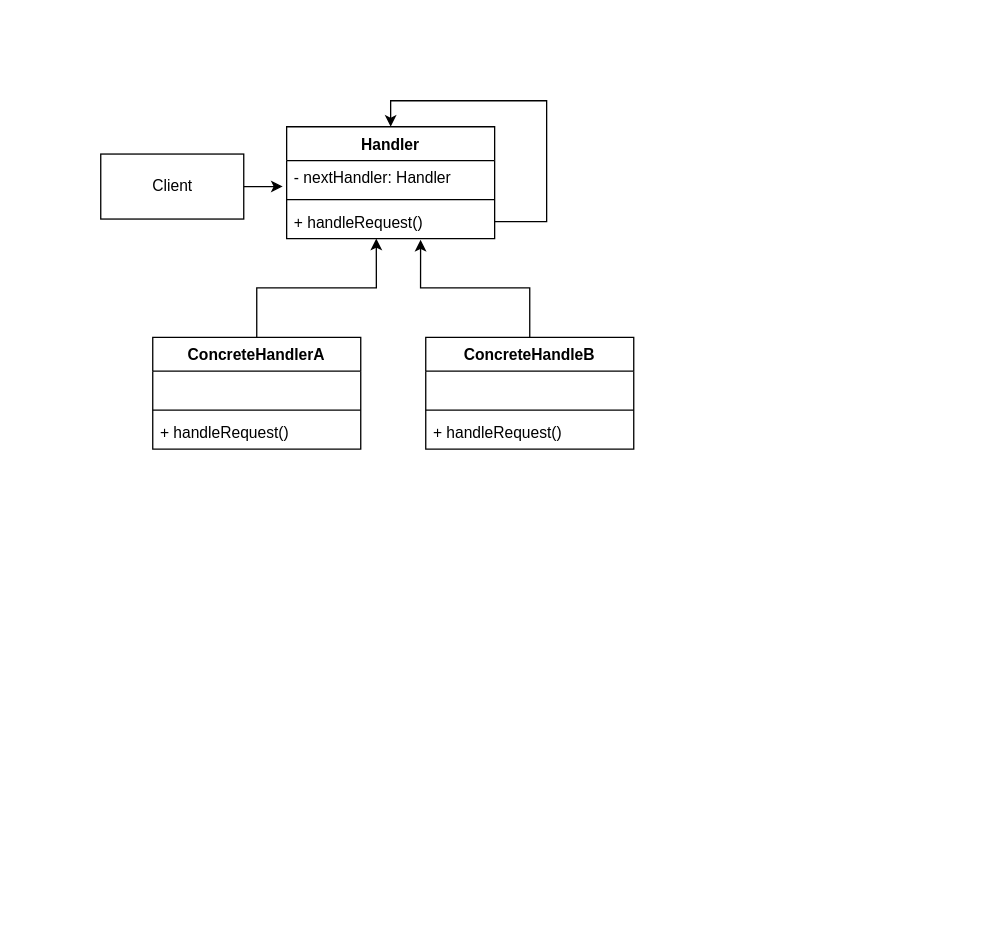
brokge/drawio keeps this draw.io diagram as 责任链模式.drawio. Above is the earlier version. Source tidied: cells renumbered, new cells numbered last; positions are measured from the earlier drawing's top-left corner, leaving out a move shared by most shapes. Both pictures are drawn from the tidied source at 130%, with x=0, y=0 at pixel (100, 100).
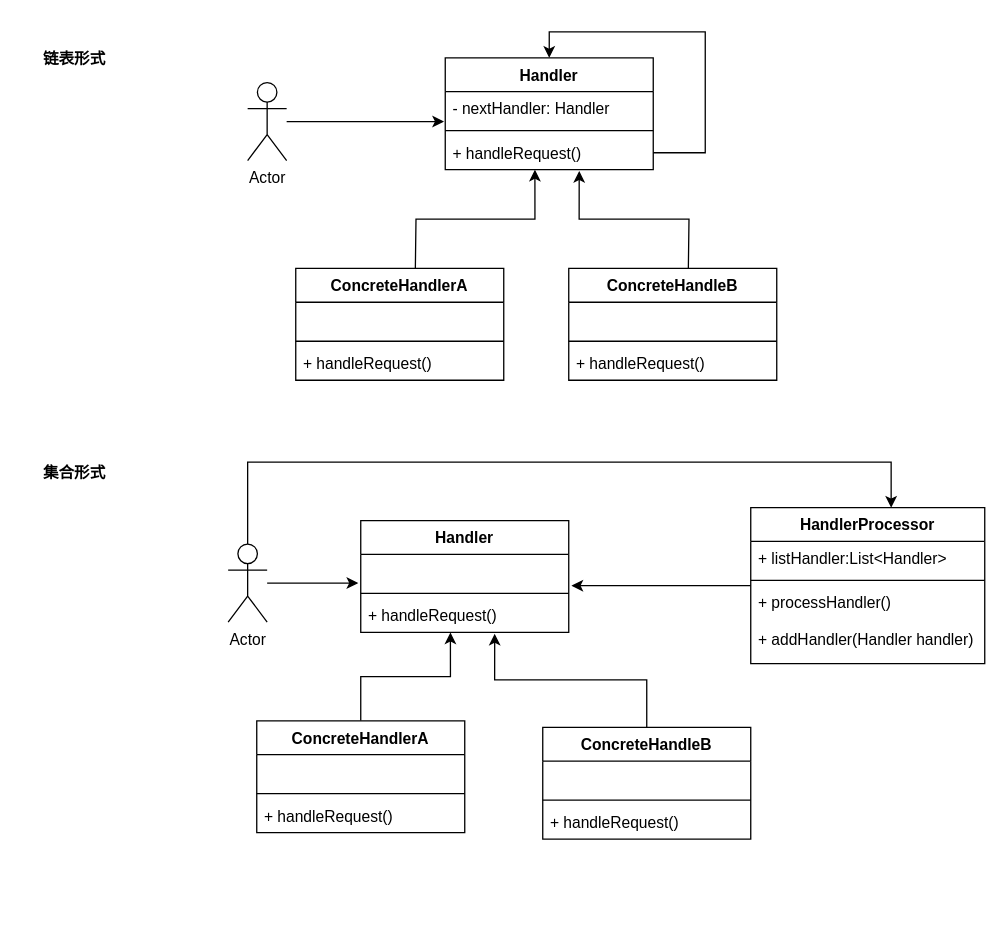
The same page after the edit.

Commit message:
更新责任链模式.drawio

Unchanged cells that the change refers to:
```xml
<mxCell id="5" value="- nextHandler: Handler" style="text;strokeColor=none;fillColor=none;align=left;verticalAlign=top;spacingLeft=4;spacingRight=4;overflow=hidden;points=[[0,0.5],[1,0.5]];portConstraint=eastwest;" parent="4" vertex="1">
  <mxGeometry y="26" width="160" height="26" as="geometry" />
</mxCell>
<mxCell id="8" value="+ handleRequest()" style="text;strokeColor=none;fillColor=none;align=left;verticalAlign=top;spacingLeft=4;spacingRight=4;overflow=hidden;points=[[0,0.5],[1,0.5]];portConstraint=eastwest;" parent="4" vertex="1">
  <mxGeometry y="60" width="160" height="26" as="geometry" />
</mxCell>
```

Change to the diagram source:
```diff
@@
-    <mxCell id="2" style="edgeStyle=orthogonalEdgeStyle;rounded=0;jettySize=auto;html=1;entryX=-0.019;entryY=0.769;entryDx=0;entryDy=0;entryPerimeter=0;" parent="1" edge="1" source="3" target="5">
-      <mxGeometry relative="1" as="geometry" />
-    </mxCell>
-    <mxCell id="3" value="Client" style="html=1;" parent="1" vertex="1">
-      <mxGeometry y="41" width="110" height="50" as="geometry" />
-    </mxCell>
     <mxCell id="4" value="Handler" style="swimlane;fontStyle=1;align=center;verticalAlign=top;horizontal=1;startSize=26;" parent="1" vertex="1">
-      <mxGeometry x="143" y="20" width="160" height="86" as="geometry" />
+      <mxGeometry x="265" y="-33" width="160" height="86" as="geometry" />
     </mxCell>
@@
-    <mxCell id="9" style="edgeStyle=orthogonalEdgeStyle;rounded=0;jettySize=auto;html=1;entryX=0.431;entryY=1;entryDx=0;entryDy=0;entryPerimeter=0;" parent="1" edge="1" source="10" target="8">
-      <mxGeometry relative="1" as="geometry" />
+    <mxCell id="9" style="edgeStyle=orthogonalEdgeStyle;rounded=0;jettySize=auto;html=1;entryX=0.431;entryY=1;entryDx=0;entryDy=0;entryPerimeter=0;" parent="1" edge="1" target="8">
+      <mxGeometry relative="1" as="geometry">
+        <mxPoint x="242" y="129" as="sourcePoint" />
+      </mxGeometry>
     </mxCell>
     <mxCell id="10" value="ConcreteHandlerA" style="swimlane;fontStyle=1;align=center;verticalAlign=top;horizontal=1;startSize=26;" parent="1" vertex="1">
-      <mxGeometry x="40" y="182" width="160" height="86" as="geometry" />
+      <mxGeometry x="150" y="129" width="160" height="86" as="geometry" />
     </mxCell>
@@
-    <mxCell id="14" style="edgeStyle=orthogonalEdgeStyle;rounded=0;jettySize=auto;html=1;entryX=0.644;entryY=1.038;entryDx=0;entryDy=0;entryPerimeter=0;exitX=0.5;exitY=0;exitDx=0;exitDy=0;" parent="1" edge="1" source="16" target="8">
-      <mxGeometry relative="1" as="geometry" />
+    <mxCell id="14" style="edgeStyle=orthogonalEdgeStyle;rounded=0;jettySize=auto;html=1;entryX=0.644;entryY=1.038;entryDx=0;entryDy=0;entryPerimeter=0;exitX=0.5;exitY=0;exitDx=0;exitDy=0;" parent="1" edge="1" target="8">
+      <mxGeometry relative="1" as="geometry">
+        <mxPoint x="452" y="129" as="sourcePoint" />
+      </mxGeometry>
     </mxCell>
@@
     <mxCell id="16" value="ConcreteHandleB" style="swimlane;fontStyle=1;align=center;verticalAlign=top;horizontal=1;startSize=26;" parent="1" vertex="1">
-      <mxGeometry x="250" y="182" width="160" height="86" as="geometry" />
+      <mxGeometry x="360" y="129" width="160" height="86" as="geometry" />
     </mxCell>
@@
+    <mxCell id="20" value="Handler" style="swimlane;fontStyle=1;align=center;verticalAlign=top;horizontal=1;startSize=26;" parent="1" vertex="1">
+      <mxGeometry x="200" y="323" width="160" height="86" as="geometry" />
+    </mxCell>
+    <mxCell id="21" value="&#10;&#10;" style="text;strokeColor=none;fillColor=none;align=left;verticalAlign=top;spacingLeft=4;spacingRight=4;overflow=hidden;points=[[0,0.5],[1,0.5]];portConstraint=eastwest;" parent="20" vertex="1">
+      <mxGeometry y="26" width="160" height="26" as="geometry" />
+    </mxCell>
+    <mxCell id="22" style="line;strokeWidth=1;fillColor=none;align=left;verticalAlign=middle;spacingTop=-1;spacingLeft=3;spacingRight=3;labelPosition=right;" parent="20" vertex="1">
+      <mxGeometry y="52" width="160" height="8" as="geometry" />
+    </mxCell>
+    <mxCell id="23" value="+ handleRequest()" style="text;strokeColor=none;fillColor=none;align=left;verticalAlign=top;spacingLeft=4;spacingRight=4;overflow=hidden;points=[[0,0.5],[1,0.5]];portConstraint=eastwest;" parent="20" vertex="1">
+      <mxGeometry y="60" width="160" height="26" as="geometry" />
+    </mxCell>
+    <mxCell id="24" style="edgeStyle=orthogonalEdgeStyle;rounded=0;jettySize=auto;html=1;entryX=0.431;entryY=1;entryDx=0;entryDy=0;entryPerimeter=0;" parent="1" edge="1" source="25" target="23">
+      <mxGeometry relative="1" as="geometry" />
+    </mxCell>
+    <mxCell id="25" value="ConcreteHandlerA" style="swimlane;fontStyle=1;align=center;verticalAlign=top;horizontal=1;startSize=26;" parent="1" vertex="1">
+      <mxGeometry x="120" y="477" width="160" height="86" as="geometry" />
+    </mxCell>
+    <mxCell id="26" value="&#10;&#10;" style="text;strokeColor=none;fillColor=none;align=left;verticalAlign=top;spacingLeft=4;spacingRight=4;overflow=hidden;" parent="25" vertex="1">
+      <mxGeometry y="26" width="160" height="26" as="geometry" />
+    </mxCell>
+    <mxCell id="27" style="line;strokeWidth=1;fillColor=none;align=left;verticalAlign=middle;spacingTop=-1;spacingLeft=3;spacingRight=3;labelPosition=right;" parent="25" vertex="1">
+      <mxGeometry y="52" width="160" height="8" as="geometry" />
+    </mxCell>
+    <mxCell id="28" value="+ handleRequest()" style="text;strokeColor=none;fillColor=none;align=left;verticalAlign=top;spacingLeft=4;spacingRight=4;overflow=hidden;" parent="25" vertex="1">
+      <mxGeometry y="60" width="160" height="26" as="geometry" />
+    </mxCell>
+    <mxCell id="29" style="edgeStyle=orthogonalEdgeStyle;rounded=0;jettySize=auto;html=1;entryX=0.644;entryY=1.038;entryDx=0;entryDy=0;entryPerimeter=0;exitX=0.5;exitY=0;exitDx=0;exitDy=0;" parent="1" edge="1" source="31" target="23">
+      <mxGeometry relative="1" as="geometry" />
+    </mxCell>
+    <mxCell id="30" value="&lt;br&gt;&lt;br&gt;&lt;br&gt;" style="text;html=1;align=left;verticalAlign=top;spacingTop=-4;" parent="1" vertex="1">
+      <mxGeometry x="280" y="572" width="20" height="40" as="geometry" />
+    </mxCell>
+    <mxCell id="31" value="ConcreteHandleB" style="swimlane;fontStyle=1;align=center;verticalAlign=top;horizontal=1;startSize=26;" parent="1" vertex="1">
+      <mxGeometry x="340" y="482" width="160" height="86" as="geometry" />
+    </mxCell>
+    <mxCell id="32" value="&#10;&#10;" style="text;strokeColor=none;fillColor=none;align=left;verticalAlign=top;spacingLeft=4;spacingRight=4;overflow=hidden;" parent="31" vertex="1">
+      <mxGeometry y="26" width="160" height="26" as="geometry" />
+    </mxCell>
+    <mxCell id="33" style="line;strokeWidth=1;fillColor=none;align=left;verticalAlign=middle;spacingTop=-1;spacingLeft=3;spacingRight=3;labelPosition=right;" parent="31" vertex="1">
+      <mxGeometry y="52" width="160" height="8" as="geometry" />
+    </mxCell>
+    <mxCell id="34" value="+ handleRequest()" style="text;strokeColor=none;fillColor=none;align=left;verticalAlign=top;spacingLeft=4;spacingRight=4;overflow=hidden;" parent="31" vertex="1">
+      <mxGeometry y="60" width="160" height="26" as="geometry" />
+    </mxCell>
+    <mxCell id="35" style="edgeStyle=orthogonalEdgeStyle;rounded=0;jettySize=auto;html=1;entryX=1.013;entryY=0.923;entryDx=0;entryDy=0;entryPerimeter=0;" parent="1" edge="1" source="36" target="21">
+      <mxGeometry relative="1" as="geometry" />
+    </mxCell>
+    <mxCell id="36" value="HandlerProcessor" style="swimlane;fontStyle=1;align=center;verticalAlign=top;horizontal=1;startSize=26;" parent="1" vertex="1">
+      <mxGeometry x="500" y="313" width="180" height="120" as="geometry" />
+    </mxCell>
+    <mxCell id="37" value="+ listHandler:List&lt;Handler&gt;" style="text;strokeColor=none;fillColor=none;align=left;verticalAlign=top;spacingLeft=4;spacingRight=4;overflow=hidden;" parent="36" vertex="1">
+      <mxGeometry y="26" width="180" height="26" as="geometry" />
+    </mxCell>
+    <mxCell id="38" style="line;strokeWidth=1;fillColor=none;align=left;verticalAlign=middle;spacingTop=-1;spacingLeft=3;spacingRight=3;labelPosition=right;" parent="36" vertex="1">
+      <mxGeometry y="52" width="180" height="8" as="geometry" />
+    </mxCell>
+    <mxCell id="39" value="+ processHandler()&#10;&#10;+ addHandler(Handler handler)" style="text;strokeColor=none;fillColor=none;align=left;verticalAlign=top;spacingLeft=4;spacingRight=4;overflow=hidden;" parent="36" vertex="1">
+      <mxGeometry y="60" width="180" height="60" as="geometry" />
+    </mxCell>
+    <mxCell id="40" style="edgeStyle=orthogonalEdgeStyle;rounded=0;jettySize=auto;html=1;entryX=-0.012;entryY=0.846;entryDx=0;entryDy=0;entryPerimeter=0;" parent="1" edge="1" source="42" target="21">
+      <mxGeometry relative="1" as="geometry" />
+    </mxCell>
+    <mxCell id="41" style="edgeStyle=orthogonalEdgeStyle;rounded=0;jettySize=auto;html=1;exitX=0.5;exitY=0;exitDx=0;exitDy=0;exitPerimeter=0;entryX=0.6;entryY=0;entryDx=0;entryDy=0;entryPerimeter=0;" parent="1" edge="1" source="42" target="36">
+      <mxGeometry relative="1" as="geometry">
+        <Array as="points">
+          <mxPoint x="113" y="278" />
+          <mxPoint x="608" y="278" />
+        </Array>
+      </mxGeometry>
+    </mxCell>
+    <mxCell id="42" value="Actor" style="shape=umlActor;verticalLabelPosition=bottom;labelBackgroundColor=#ffffff;verticalAlign=top;html=1;" parent="1" vertex="1">
+      <mxGeometry x="98" y="341" width="30" height="60" as="geometry" />
+    </mxCell>
+    <mxCell id="43" style="edgeStyle=orthogonalEdgeStyle;rounded=0;jettySize=auto;html=1;entryX=-0.006;entryY=0.885;entryDx=0;entryDy=0;entryPerimeter=0;" parent="1" edge="1" source="44" target="5">
+      <mxGeometry relative="1" as="geometry" />
+    </mxCell>
+    <mxCell id="44" value="Actor" style="shape=umlActor;verticalLabelPosition=bottom;labelBackgroundColor=#ffffff;verticalAlign=top;html=1;" parent="1" vertex="1">
+      <mxGeometry x="113" y="-14" width="30" height="60" as="geometry" />
+    </mxCell>
+    <mxCell id="45" value="链表形式" style="text;align=center;fontStyle=1;verticalAlign=middle;spacingLeft=3;spacingRight=3;strokeColor=none;" parent="1" vertex="1">
+      <mxGeometry x="-60" y="-46" width="80" height="26" as="geometry" />
+    </mxCell>
+    <mxCell id="46" value="集合形式" style="text;align=center;fontStyle=1;verticalAlign=middle;spacingLeft=3;spacingRight=3;strokeColor=none;" parent="1" vertex="1">
+      <mxGeometry x="-60" y="273" width="80" height="26" as="geometry" />
+    </mxCell>
```
